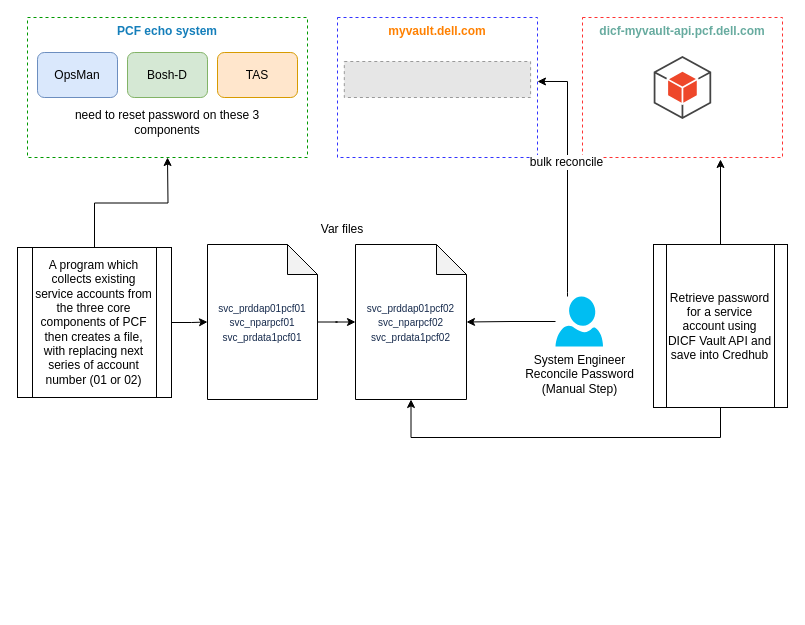
Above: Untitled Diagram.drawio in rama78/drawio (draw.io), before the change. Source tidied: cells renumbered, new cells numbered last; positions are measured from the earlier drawing's top-left corner, leaving out a move shared by most shapes. Both pictures are drawn from the tidied source at 100%, with x=0, y=0 at pixel (17, 17). Pictures stored in the file or linked from it are replaced by grey dashed boxes.
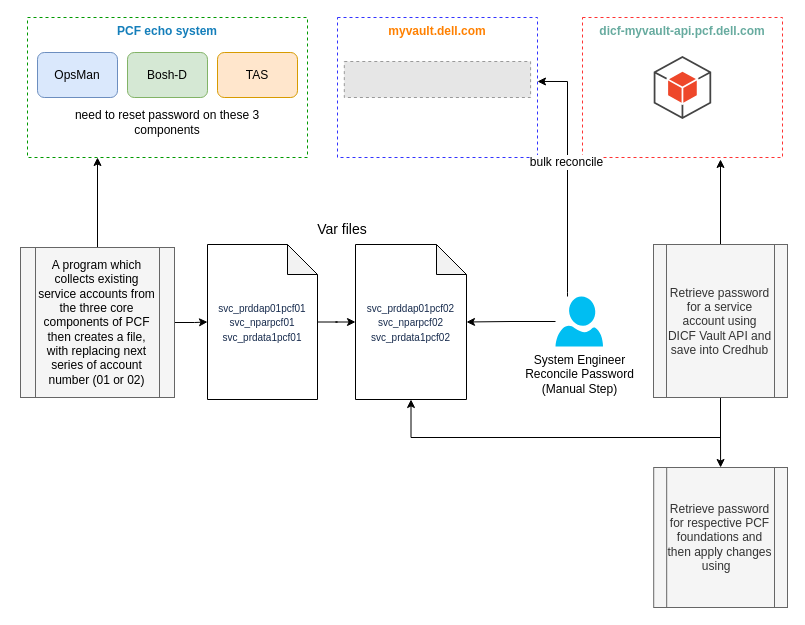
The same diagram, later.

Unchanged cells that the change refers to:
```xml
<mxCell id="2" value="PCF echo system" style="fillColor=none;strokeColor=#009900;dashed=1;verticalAlign=top;fontStyle=1;fontColor=#147EBA;" parent="1" vertex="1">
  <mxGeometry x="10" width="280" height="140" as="geometry" />
</mxCell>
```

What changed in the source:
```diff
@@
-    <mxCell id="10" style="edgeStyle=orthogonalEdgeStyle;rounded=0;jettySize=auto;html=1;fontColor=#000000;" parent="1" edge="1" source="12">
-      <mxGeometry relative="1" as="geometry">
-        <mxPoint x="150" y="140" as="targetPoint" />
-      </mxGeometry>
+    <mxCell id="10" style="edgeStyle=orthogonalEdgeStyle;rounded=0;jettySize=auto;html=1;fontColor=#000000;entryX=0.25;entryY=1;entryDx=0;entryDy=0;" parent="1" edge="1" source="12" target="2">
+      <mxGeometry relative="1" as="geometry" />
     </mxCell>
@@
-    <mxCell id="12" value="&lt;font color=&quot;#000000&quot;&gt;A program which collects existing service accounts from the three core components of PCF then creates a file, with replacing next series of account number (01 or 02)&lt;/font&gt;" style="shape=process;whiteSpace=wrap;html=1;backgroundOutline=1;fontColor=#67AB9F;strokeColor=#000000;" parent="1" vertex="1">
-      <mxGeometry y="230" width="154" height="150" as="geometry" />
+    <mxCell id="12" value="&lt;font color=&quot;#000000&quot;&gt;A program which collects existing service accounts from the three core components of PCF then creates a file, with replacing next series of account number (01 or 02)&lt;/font&gt;" style="shape=process;whiteSpace=wrap;html=1;backgroundOutline=1;strokeColor=#666666;fillColor=#f5f5f5;fontColor=#333333;" parent="1" vertex="1">
+      <mxGeometry x="3" y="230" width="154" height="150" as="geometry" />
     </mxCell>
@@
-    <mxCell id="21" value="Var files" style="text;html=1;strokeColor=none;fillColor=none;align=center;verticalAlign=middle;whiteSpace=wrap;rounded=0;fontSize=12;fontColor=#000000;" parent="1" vertex="1">
+    <mxCell id="21" value="&lt;font style=&quot;font-size: 14px&quot;&gt;Var files&lt;/font&gt;" style="text;html=1;strokeColor=none;fillColor=none;align=center;verticalAlign=middle;whiteSpace=wrap;rounded=0;fontSize=12;fontColor=#000000;" parent="1" vertex="1">
       <mxGeometry x="240" y="197" width="170" height="30" as="geometry" />
     </mxCell>
@@
+    <mxCell id="25" style="edgeStyle=orthogonalEdgeStyle;rounded=0;jettySize=auto;html=1;entryX=0.5;entryY=0;entryDx=0;entryDy=0;fontSize=14;fontColor=#000000;" parent="1" edge="1" source="24" target="26">
+      <mxGeometry relative="1" as="geometry" />
+    </mxCell>
-    <mxCell id="24" value="Retrieve password for a service account using DICF Vault API and save into Credhub" style="shape=process;whiteSpace=wrap;html=1;backgroundOutline=1;fontSize=12;fontColor=#000000;strokeColor=#000000;" parent="1" vertex="1">
-      <mxGeometry x="636" y="227" width="134" height="163" as="geometry" />
+    <mxCell id="24" value="Retrieve password for a service account using DICF Vault API and save into Credhub" style="shape=process;whiteSpace=wrap;html=1;backgroundOutline=1;fontSize=12;strokeColor=#666666;fillColor=#f5f5f5;fontColor=#333333;" parent="1" vertex="1">
+      <mxGeometry x="636" y="227" width="134" height="153" as="geometry" />
     </mxCell>
+    <mxCell id="26" value="Retrieve password for respective PCF foundations and then apply changes using&amp;nbsp;&amp;nbsp;" style="shape=process;whiteSpace=wrap;html=1;backgroundOutline=1;fontSize=12;strokeColor=#666666;fillColor=#f5f5f5;fontColor=#333333;" parent="1" vertex="1">
+      <mxGeometry x="636.2" y="450" width="133.8" height="140" as="geometry" />
+    </mxCell>
```
